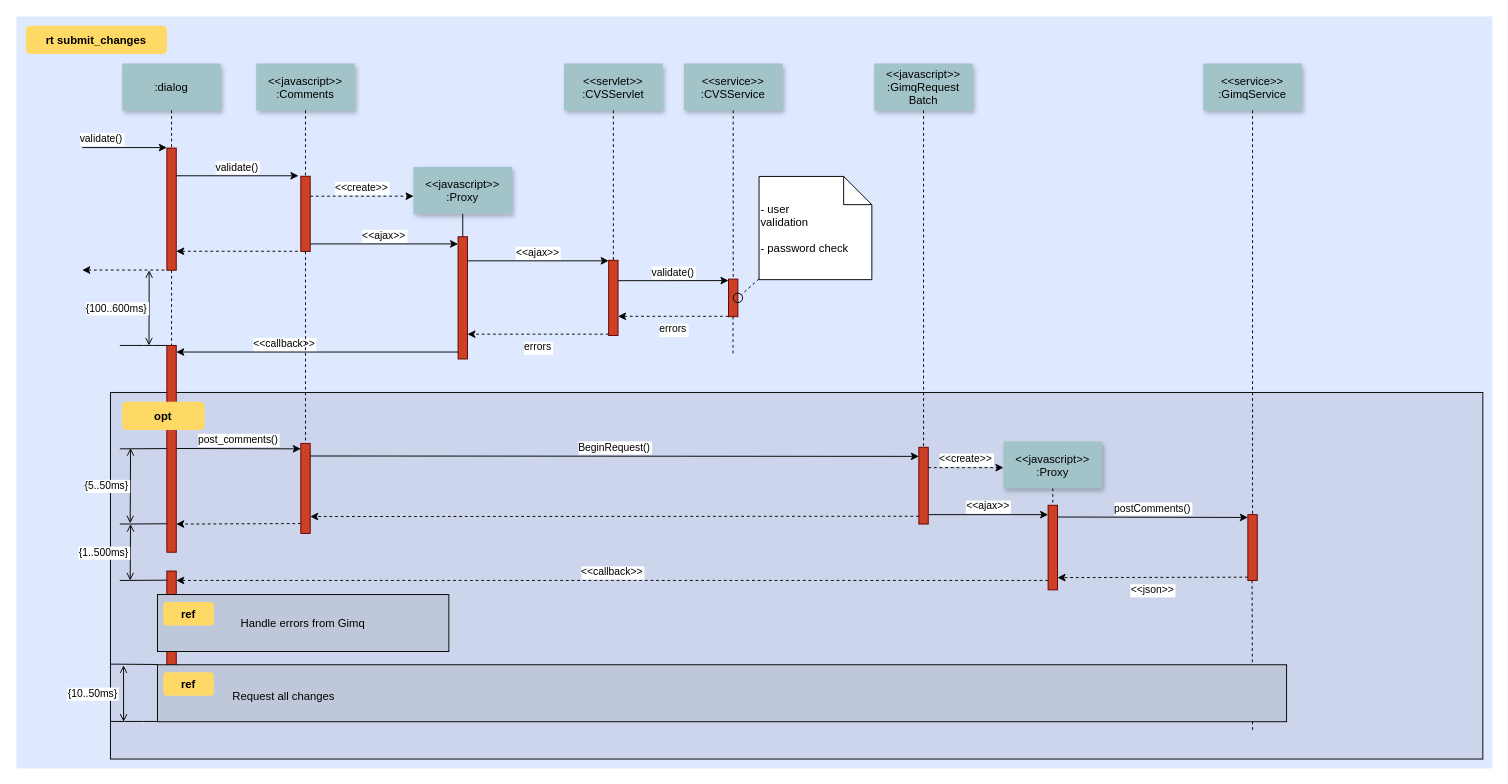
Earlier version of the draw.io diagram OAuth2_grant_code.drawio (wbxsxu168/drawio). Source tidied: cells renumbered, new cells numbered last; positions are measured from the earlier drawing's top-left corner, leaving out a move shared by most shapes. Both pictures are drawn from the tidied source at 94%, with x=0, y=0 at pixel (16, 16).
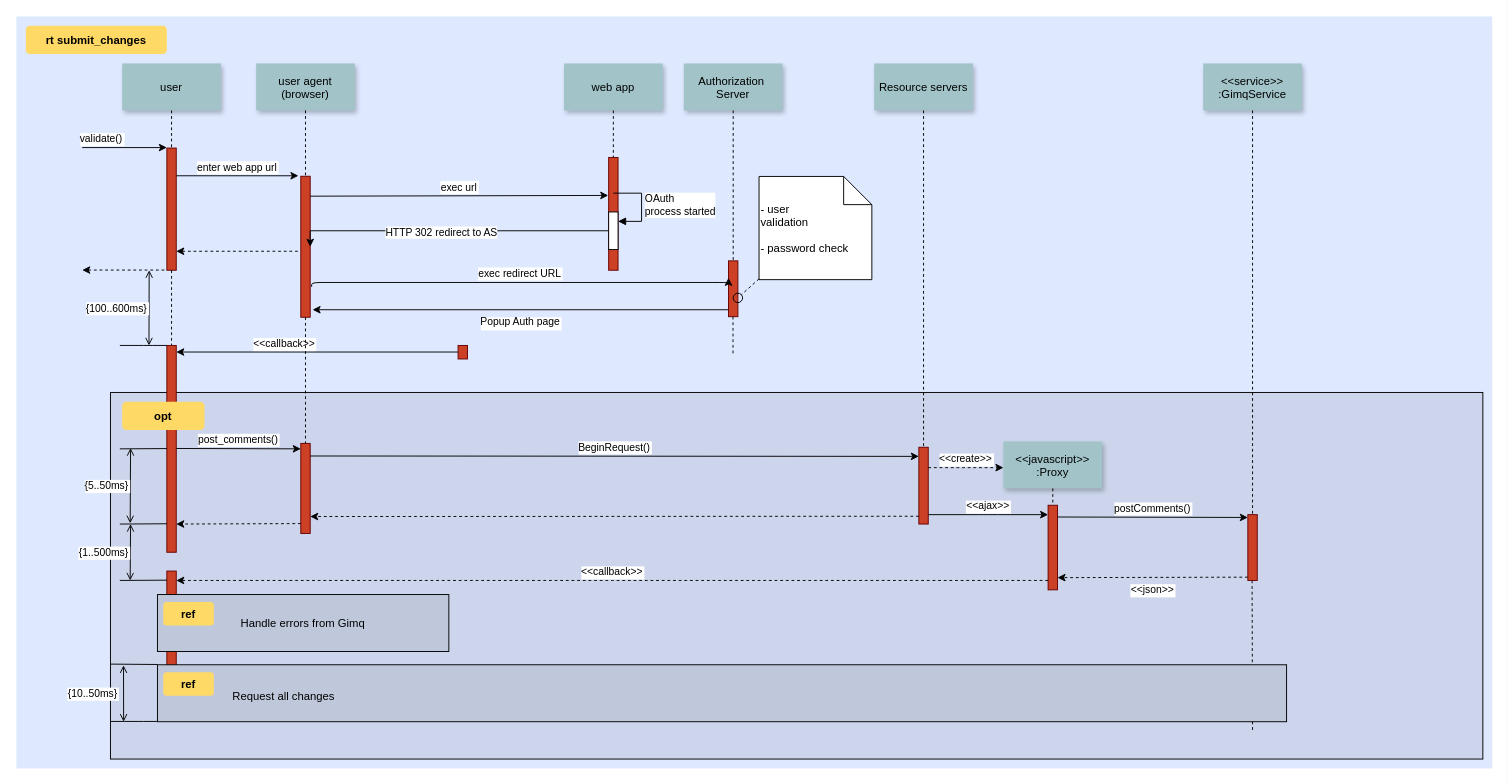
After the change.

Unchanged cells that the change refers to:
```xml
<mxCell id="2" style="fillColor=#DEE8FF;strokeColor=none;" parent="1" vertex="1">
  <mxGeometry width="1570" height="800" as="geometry" />
</mxCell>
```

Change to the diagram source:
```diff
@@
-    <mxCell id="7" value=":dialog" style="shadow=1;fillColor=#A2C4C9;strokeColor=none;" parent="1" vertex="1">
+    <mxCell id="7" value="user" style="shadow=1;fillColor=#A2C4C9;strokeColor=none;" parent="1" vertex="1">
       <mxGeometry x="112.5" y="50" width="105" height="50" as="geometry" />
     </mxCell>
     <mxCell id="8" style="fillColor=#CC4125;strokeColor=#660000;" parent="1" vertex="1">
-      <mxGeometry x="302.5" y="170" width="10" height="80" as="geometry" />
+      <mxGeometry x="302.5" y="170" width="10" height="150" as="geometry" />
     </mxCell>
-    <mxCell id="9" value="&lt;&lt;javascript&gt;&gt;&#10;:Comments" style="shadow=1;fillColor=#A2C4C9;strokeColor=none;" parent="1" vertex="1">
+    <mxCell id="9" value="user agent&#10;(browser)" style="shadow=1;fillColor=#A2C4C9;strokeColor=none;" parent="1" vertex="1">
       <mxGeometry x="255" y="50" width="105" height="50" as="geometry" />
     </mxCell>
@@
-    <mxCell id="11" value="validate()" style="edgeStyle=none;verticalLabelPosition=top;verticalAlign=bottom;" parent="1" edge="1">
+    <mxCell id="11" value="enter web app url" style="edgeStyle=none;verticalLabelPosition=top;verticalAlign=bottom;" parent="1" edge="1">
       <mxGeometry x="220" y="92" as="geometry">
         <mxPoint x="170" y="169.5" as="sourcePoint" />
         <mxPoint x="300" y="169.5" as="targetPoint" />
       </mxGeometry>
     </mxCell>
@@
-    <mxCell id="14" value="&lt;&lt;create&gt;&gt;" style="edgeStyle=none;verticalLabelPosition=top;verticalAlign=bottom;dashed=1;" parent="1" edge="1">
+    <mxCell id="14" value="exec url" style="edgeStyle=none;verticalLabelPosition=top;verticalAlign=bottom;entryX=0.401;entryY=0.238;entryDx=0;entryDy=0;entryPerimeter=0;" parent="1" edge="1" target="2">
       <mxGeometry x="385.5" y="113.9" as="geometry">
         <mxPoint x="312.5" y="191.2" as="sourcePoint" />
-        <mxPoint x="422.5" y="191.2" as="targetPoint" />
       </mxGeometry>
     </mxCell>
-    <mxCell id="15" value="&lt;&lt;javascript&gt;&gt;&#10;:Proxy" style="shadow=1;fillColor=#A2C4C9;strokeColor=none;" parent="1" vertex="1">
-      <mxGeometry x="422.3" y="160" width="105" height="50" as="geometry" />
-    </mxCell>
-    <mxCell id="16" style="edgeStyle=none;endArrow=none;" parent="1" edge="1" source="15" target="17">
-      <mxGeometry x="437" y="270" as="geometry" />
-    </mxCell>
     <mxCell id="17" style="fillColor=#CC4125;strokeColor=#660000;" parent="1" vertex="1">
-      <mxGeometry x="469.8" y="234.4" width="10" height="130" as="geometry" />
+      <mxGeometry x="469.8" y="350" width="10" height="14.4" as="geometry" />
     </mxCell>
-    <mxCell id="18" value="&lt;&lt;ajax&gt;&gt;" style="edgeStyle=elbowEdgeStyle;elbow=vertical;verticalLabelPosition=top;verticalAlign=bottom;" parent="1" edge="1" source="8" target="17">
-      <mxGeometry x="350" y="290" as="geometry" />
-    </mxCell>
     <mxCell id="19" style="fillColor=#CC4125;strokeColor=#660000;" parent="1" vertex="1">
-      <mxGeometry x="630" y="259.4" width="10" height="80" as="geometry" />
+      <mxGeometry x="630" y="150" width="10" height="120" as="geometry" />
     </mxCell>
-    <mxCell id="20" value="&lt;&lt;servlet&gt;&gt;&#10;:CVSServlet" style="shadow=1;fillColor=#A2C4C9;strokeColor=none;" parent="1" vertex="1">
+    <mxCell id="20" value="web app" style="shadow=1;fillColor=#A2C4C9;strokeColor=none;" parent="1" vertex="1">
       <mxGeometry x="582.5" y="50" width="105" height="50" as="geometry" />
     </mxCell>
@@
-    <mxCell id="22" value="&lt;&lt;service&gt;&gt;&#10;:CVSService" style="shadow=1;fillColor=#A2C4C9;strokeColor=none;" parent="1" vertex="1">
+    <mxCell id="22" value="Authorization &#10;Server" style="shadow=1;fillColor=#A2C4C9;strokeColor=none;" parent="1" vertex="1">
       <mxGeometry x="710" y="50" width="105" height="50" as="geometry" />
     </mxCell>
@@
     <mxCell id="24" style="fillColor=#CC4125;strokeColor=#660000;" parent="1" vertex="1">
-      <mxGeometry x="757.5" y="279.4" width="10" height="40" as="geometry" />
+      <mxGeometry x="757.5" y="260" width="10" height="59.4" as="geometry" />
     </mxCell>
-    <mxCell id="25" value="&lt;&lt;ajax&gt;&gt;" style="edgeStyle=elbowEdgeStyle;elbow=vertical;verticalLabelPosition=top;verticalAlign=bottom;" parent="1" edge="1" source="17" target="19">
-      <mxGeometry x="540" y="270" as="geometry">
-        <Array as="points">
-          <mxPoint x="550" y="260" />
-        </Array>
-      </mxGeometry>
-    </mxCell>
-    <mxCell id="26" value="errors" style="edgeStyle=elbowEdgeStyle;elbow=vertical;dashed=1;verticalLabelPosition=bottom;verticalAlign=top;" parent="1" edge="1" source="19" target="17">
-      <mxGeometry x="550" y="280" as="geometry">
-        <Array as="points">
-          <mxPoint x="553" y="338" />
-        </Array>
-      </mxGeometry>
-    </mxCell>
-    <mxCell id="27" value="&lt;&lt;javascript&gt;&gt;&#10;:GimqRequest&#10;Batch" style="shadow=1;fillColor=#A2C4C9;strokeColor=none;" parent="1" vertex="1">
+    <mxCell id="27" value="Resource servers" style="shadow=1;fillColor=#A2C4C9;strokeColor=none;" parent="1" vertex="1">
       <mxGeometry x="912.5" y="50" width="105" height="50" as="geometry" />
     </mxCell>
@@
-    <mxCell id="29" value="validate()" style="edgeStyle=elbowEdgeStyle;elbow=vertical;verticalLabelPosition=top;verticalAlign=bottom;" parent="1" edge="1">
+    <mxCell id="29" value="exec redirect URL" style="edgeStyle=elbowEdgeStyle;elbow=vertical;verticalLabelPosition=top;verticalAlign=bottom;exitX=1.15;exitY=0.804;exitDx=0;exitDy=0;exitPerimeter=0;" parent="1" edge="1">
       <mxGeometry x="550" y="261.7" as="geometry">
-        <mxPoint x="640" y="281.1" as="sourcePoint" />
-        <mxPoint x="757.5" y="281.1" as="targetPoint" />
+        <mxPoint x="314" y="287.6" as="sourcePoint" />
+        <mxPoint x="757.5" y="278.1" as="targetPoint" />
       </mxGeometry>
     </mxCell>
-    <mxCell id="30" value="errors" style="edgeStyle=elbowEdgeStyle;elbow=vertical;dashed=1;verticalLabelPosition=bottom;verticalAlign=top;" parent="1" edge="1">
+    <mxCell id="30" value="Popup Auth page" style="edgeStyle=elbowEdgeStyle;elbow=vertical;verticalLabelPosition=bottom;verticalAlign=top;entryX=1.25;entryY=0.95;entryDx=0;entryDy=0;entryPerimeter=0;" parent="1" edge="1" target="8">
       <mxGeometry x="560" y="309.7" as="geometry">
-        <mxPoint x="757.5" y="319" as="sourcePoint" />
-        <mxPoint x="640" y="319" as="targetPoint" />
+        <mxPoint x="757.5" y="312" as="sourcePoint" />
       </mxGeometry>
     </mxCell>
@@
+    <mxCell id="75" style="edgeStyle=orthogonalEdgeStyle;rounded=0;jettySize=auto;html=1;curved=0;entryX=1;entryY=0.5;entryDx=0;entryDy=0;" parent="1" edge="1" source="77" target="8">
+      <mxGeometry relative="1" as="geometry">
+        <Array as="points">
+          <mxPoint x="313" y="228" />
+        </Array>
+      </mxGeometry>
+    </mxCell>
+    <mxCell id="76" value="HTTP 302 redirect to AS" style="edgeLabel;html=1;align=center;verticalAlign=middle;" parent="75" vertex="1">
+      <mxGeometry x="0.07" y="1" relative="1" as="geometry" />
+    </mxCell>
+    <mxCell id="77" style="html=1;points=[[0,0,0,0,5],[0,1,0,0,-5],[1,0,0,0,5],[1,1,0,0,-5]];perimeter=orthogonalPerimeter;outlineConnect=0;targetShapes=umlLifeline;portConstraint=eastwest;newEdgeStyle={&quot;curved&quot;:0,&quot;rounded&quot;:0};" parent="1" vertex="1">
+      <mxGeometry x="630" y="208" width="10" height="40" as="geometry" />
+    </mxCell>
+    <mxCell id="78" value="OAuth&amp;nbsp;&lt;div&gt;process started&lt;/div&gt;" style="html=1;align=left;spacingLeft=2;endArrow=block;rounded=0;edgeStyle=orthogonalEdgeStyle;curved=0;rounded=0;" parent="1" edge="1" target="77">
+      <mxGeometry relative="1" as="geometry">
+        <mxPoint x="635" y="188" as="sourcePoint" />
+        <Array as="points">
+          <mxPoint x="665" y="218" />
+        </Array>
+      </mxGeometry>
+    </mxCell>
```
